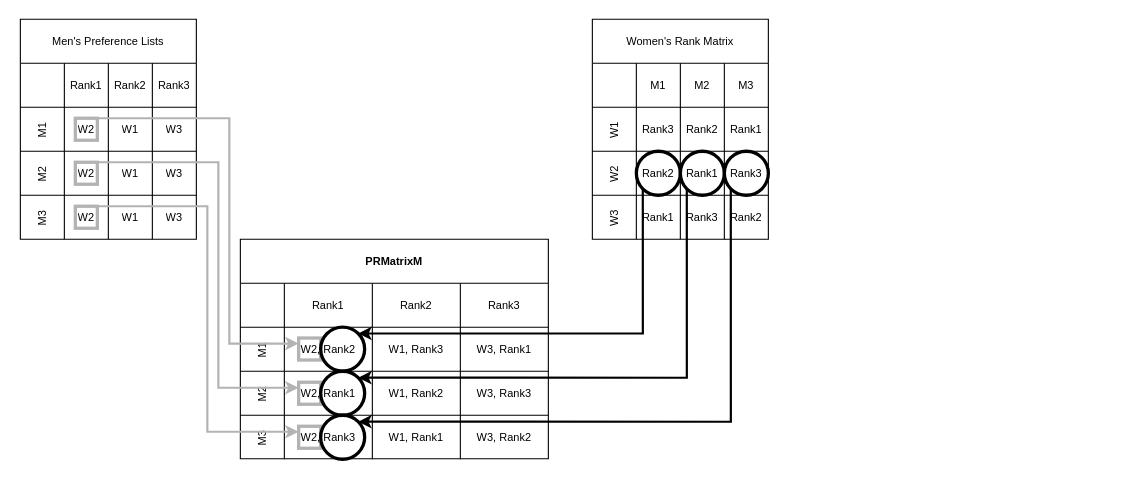
This is PRMatrix.drawio from victorliu-sq/BambooSMP-Figures, a draw.io file, before an edit. Source tidied: cells renumbered, new cells numbered last; positions are measured from the earlier drawing's top-left corner, leaving out a move shared by most shapes. Both pictures are drawn from the tidied source at 110%, with x=0, y=0 at pixel (20, 19).
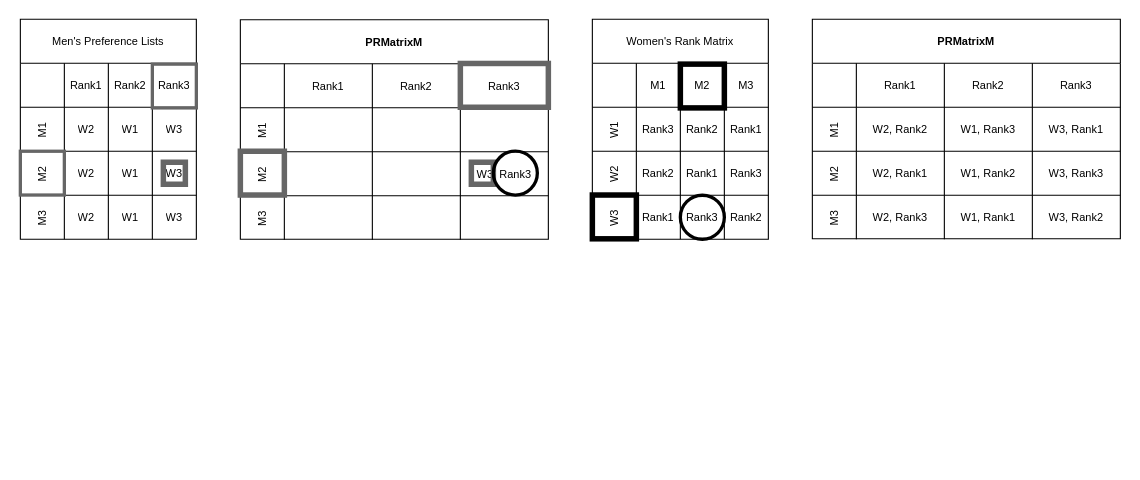
After the change.

Unchanged cells that the change refers to:
```xml
<mxCell id="41" value="M1" style="shape=tableRow;horizontal=0;startSize=40;swimlaneHead=0;swimlaneBody=0;strokeColor=inherit;top=0;left=0;bottom=0;right=0;fillColor=none;fontSize=10;" parent="36" vertex="1">
  <mxGeometry y="80" width="280" height="40" as="geometry" />
</mxCell>
<mxCell id="45" value="M2" style="shape=tableRow;horizontal=0;startSize=40;swimlaneHead=0;swimlaneBody=0;strokeColor=inherit;top=0;left=0;bottom=0;right=0;fillColor=none;fontSize=10;" parent="36" vertex="1">
  <mxGeometry y="120" width="280" height="40" as="geometry" />
</mxCell>
<mxCell id="49" value="M3" style="shape=tableRow;horizontal=0;startSize=40;swimlaneHead=0;swimlaneBody=0;strokeColor=inherit;top=0;left=0;bottom=0;right=0;fillColor=none;fontSize=10;" parent="36" vertex="1">
  <mxGeometry y="160" width="280" height="40" as="geometry" />
</mxCell>
```

Change to the diagram source:
```diff
@@
     <mxCell id="36" value="PRMatrixM" style="shape=table;startSize=40;childLayout=tableLayout;resizeLastRow=0;fontStyle=1;fontSize=10;" parent="1" vertex="1">
-      <mxGeometry x="200" y="200" width="280" height="199.5" as="geometry" />
+      <mxGeometry x="200" y="0.5" width="280" height="199.5" as="geometry" />
     </mxCell>
@@
-    <mxCell id="42" value="W2, Rank2" style="shape=partialRectangle;html=1;whiteSpace=wrap;overflow=hidden;top=0;left=0;bottom=0;right=0;strokeColor=default;fillColor=none;fontSize=10;" parent="41" vertex="1">
+    <mxCell id="42" style="shape=partialRectangle;html=1;whiteSpace=wrap;overflow=hidden;top=0;left=0;bottom=0;right=0;strokeColor=default;fillColor=none;fontSize=10;" parent="41" vertex="1">
       <mxGeometry x="40" width="80" height="40" as="geometry" />
     </mxCell>
-    <mxCell id="43" value="W1, Rank3" style="shape=partialRectangle;html=1;whiteSpace=wrap;overflow=hidden;top=0;left=0;bottom=0;right=0;fillColor=none;labelBackgroundColor=none;labelBorderColor=none;strokeColor=default;shadow=0;backgroundOutline=0;fontSize=10;" parent="41" vertex="1">
+    <mxCell id="43" style="shape=partialRectangle;html=1;whiteSpace=wrap;overflow=hidden;top=0;left=0;bottom=0;right=0;fillColor=none;labelBackgroundColor=none;labelBorderColor=none;strokeColor=default;shadow=0;backgroundOutline=0;fontSize=10;" parent="41" vertex="1">
       <mxGeometry x="120" width="80" height="40" as="geometry" />
     </mxCell>
-    <mxCell id="44" value="W3, Rank1" style="shape=partialRectangle;html=1;whiteSpace=wrap;overflow=hidden;top=0;left=0;bottom=0;right=0;fillColor=none;fontSize=10;" parent="41" vertex="1">
+    <mxCell id="44" style="shape=partialRectangle;html=1;whiteSpace=wrap;overflow=hidden;top=0;left=0;bottom=0;right=0;fillColor=none;fontSize=10;" parent="41" vertex="1">
       <mxGeometry x="200" width="80" height="40" as="geometry" />
     </mxCell>
@@
-    <mxCell id="46" value="W2, Rank1" style="shape=partialRectangle;html=1;whiteSpace=wrap;overflow=hidden;top=0;left=0;bottom=0;right=0;strokeOpacity=100;fillColor=none;fontSize=10;" parent="45" vertex="1">
+    <mxCell id="46" style="shape=partialRectangle;html=1;whiteSpace=wrap;overflow=hidden;top=0;left=0;bottom=0;right=0;strokeOpacity=100;fillColor=none;fontSize=10;" parent="45" vertex="1">
       <mxGeometry x="40" width="80" height="40" as="geometry" />
     </mxCell>
-    <mxCell id="47" value="W1, Rank2" style="shape=partialRectangle;html=1;whiteSpace=wrap;strokeColor=inherit;overflow=hidden;fillColor=none;top=0;left=0;bottom=0;right=0;fontSize=10;" parent="45" vertex="1">
+    <mxCell id="47" style="shape=partialRectangle;html=1;whiteSpace=wrap;strokeColor=inherit;overflow=hidden;fillColor=none;top=0;left=0;bottom=0;right=0;fontSize=10;" parent="45" vertex="1">
       <mxGeometry x="120" width="80" height="40" as="geometry" />
     </mxCell>
@@
-    <mxCell id="50" value="W2, Rank3" style="shape=partialRectangle;html=1;whiteSpace=wrap;overflow=hidden;top=0;left=0;bottom=0;right=0;fillColor=none;fontSize=10;" parent="49" vertex="1">
+    <mxCell id="50" style="shape=partialRectangle;html=1;whiteSpace=wrap;overflow=hidden;top=0;left=0;bottom=0;right=0;fillColor=none;fontSize=10;" parent="49" vertex="1">
       <mxGeometry x="40" width="80" height="40" as="geometry" />
     </mxCell>
-    <mxCell id="51" value="W1, Rank1" style="shape=partialRectangle;html=1;whiteSpace=wrap;overflow=hidden;top=0;left=0;bottom=0;right=0;fillColor=none;fontSize=10;" parent="49" vertex="1">
+    <mxCell id="51" style="shape=partialRectangle;html=1;whiteSpace=wrap;overflow=hidden;top=0;left=0;bottom=0;right=0;fillColor=none;fontSize=10;" parent="49" vertex="1">
       <mxGeometry x="120" width="80" height="40" as="geometry" />
     </mxCell>
-    <mxCell id="52" value="W3, Rank2" style="shape=partialRectangle;html=1;whiteSpace=wrap;strokeColor=inherit;overflow=hidden;fillColor=none;top=0;left=0;bottom=0;right=0;fontSize=10;" parent="49" vertex="1">
+    <mxCell id="52" style="shape=partialRectangle;html=1;whiteSpace=wrap;strokeColor=inherit;overflow=hidden;fillColor=none;top=0;left=0;bottom=0;right=0;fontSize=10;" parent="49" vertex="1">
       <mxGeometry x="200" width="80" height="40" as="geometry" />
     </mxCell>
-    <mxCell id="53" style="edgeStyle=orthogonalEdgeStyle;rounded=0;jettySize=auto;html=1;exitX=1;exitY=0;exitDx=0;exitDy=0;entryX=0;entryY=0.25;entryDx=0;entryDy=0;strokeWidth=2;strokeColor=#B3B3B3;" parent="1" edge="1" source="54" target="61">
-      <mxGeometry relative="1" as="geometry">
-        <Array as="points">
-          <mxPoint x="190" y="90" />
-          <mxPoint x="190" y="295" />
-        </Array>
-      </mxGeometry>
-    </mxCell>
-    <mxCell id="54" style="whiteSpace=wrap;html=1;fillColor=none;strokeWidth=3;strokeColor=#B3B3B3;" parent="1" vertex="1">
-      <mxGeometry x="50" y="90" width="20" height="20" as="geometry" />
+    <mxCell id="54" style="whiteSpace=wrap;html=1;fillColor=none;strokeWidth=5;strokeColor=#666666;" parent="1" vertex="1">
+      <mxGeometry x="130" y="130" width="20" height="20" as="geometry" />
     </mxCell>
-    <mxCell id="55" style="edgeStyle=orthogonalEdgeStyle;rounded=0;jettySize=auto;html=1;exitX=0;exitY=1;exitDx=0;exitDy=0;entryX=1;entryY=0;entryDx=0;entryDy=0;strokeWidth=2;" parent="1" edge="1" source="56" target="68">
-      <mxGeometry relative="1" as="geometry">
-        <Array as="points">
-          <mxPoint x="566" y="286" />
-          <mxPoint x="307" y="286" />
-        </Array>
-      </mxGeometry>
-    </mxCell>
     <mxCell id="56" style="ellipse;whiteSpace=wrap;html=1;fillColor=none;strokeWidth=3;" parent="1" vertex="1">
-      <mxGeometry x="560" y="120" width="40" height="40" as="geometry" />
+      <mxGeometry x="600" y="160" width="40" height="40" as="geometry" />
     </mxCell>
-    <mxCell id="57" style="edgeStyle=orthogonalEdgeStyle;rounded=0;jettySize=auto;html=1;exitX=1;exitY=0;exitDx=0;exitDy=0;entryX=0;entryY=0.25;entryDx=0;entryDy=0;strokeWidth=2;strokeColor=#B3B3B3;" parent="1" edge="1" source="58" target="62">
-      <mxGeometry relative="1" as="geometry">
-        <Array as="points">
-          <mxPoint x="180" y="130" />
-          <mxPoint x="180" y="335" />
-        </Array>
-      </mxGeometry>
-    </mxCell>
-    <mxCell id="58" style="whiteSpace=wrap;html=1;fillColor=none;strokeWidth=3;strokeColor=#B3B3B3;" parent="1" vertex="1">
-      <mxGeometry x="50" y="130" width="20" height="20" as="geometry" />
-    </mxCell>
-    <mxCell id="59" style="edgeStyle=orthogonalEdgeStyle;rounded=0;jettySize=auto;html=1;exitX=1;exitY=0;exitDx=0;exitDy=0;entryX=0;entryY=0.25;entryDx=0;entryDy=0;strokeWidth=2;strokeColor=#B3B3B3;" parent="1" edge="1" source="60" target="63">
-      <mxGeometry relative="1" as="geometry">
-        <Array as="points">
-          <mxPoint x="170" y="170" />
-          <mxPoint x="170" y="375" />
-        </Array>
-      </mxGeometry>
-    </mxCell>
-    <mxCell id="60" style="whiteSpace=wrap;html=1;fillColor=none;strokeWidth=3;strokeColor=#B3B3B3;" parent="1" vertex="1">
-      <mxGeometry x="50" y="170" width="20" height="20" as="geometry" />
-    </mxCell>
-    <mxCell id="61" style="whiteSpace=wrap;html=1;fillColor=none;strokeWidth=3;strokeColor=#B3B3B3;" parent="1" vertex="1">
-      <mxGeometry x="253" y="289.8" width="20" height="20" as="geometry" />
+    <mxCell id="61" style="whiteSpace=wrap;html=1;fillColor=none;strokeWidth=5;strokeColor=#666666;" parent="1" vertex="1">
+      <mxGeometry x="410" y="130" width="20" height="20" as="geometry" />
     </mxCell>
-    <mxCell id="62" style="whiteSpace=wrap;html=1;fillColor=none;strokeWidth=3;strokeColor=#B3B3B3;" parent="1" vertex="1">
-      <mxGeometry x="253" y="330" width="20" height="20" as="geometry" />
-    </mxCell>
-    <mxCell id="63" style="whiteSpace=wrap;html=1;fillColor=none;strokeWidth=3;strokeColor=#B3B3B3;" parent="1" vertex="1">
-      <mxGeometry x="253" y="370" width="20" height="20" as="geometry" />
-    </mxCell>
-    <mxCell id="64" style="edgeStyle=orthogonalEdgeStyle;rounded=0;jettySize=auto;html=1;exitX=0;exitY=1;exitDx=0;exitDy=0;entryX=1;entryY=0;entryDx=0;entryDy=0;strokeWidth=2;" parent="1" edge="1" source="65" target="69">
-      <mxGeometry relative="1" as="geometry">
-        <Array as="points">
-          <mxPoint x="606" y="326" />
-        </Array>
-      </mxGeometry>
-    </mxCell>
-    <mxCell id="65" style="ellipse;whiteSpace=wrap;html=1;fillColor=none;strokeWidth=3;" parent="1" vertex="1">
-      <mxGeometry x="600" y="120" width="40" height="40" as="geometry" />
-    </mxCell>
-    <mxCell id="66" style="edgeStyle=orthogonalEdgeStyle;rounded=0;jettySize=auto;html=1;exitX=0;exitY=1;exitDx=0;exitDy=0;entryX=1;entryY=0;entryDx=0;entryDy=0;strokeWidth=2;" parent="1" edge="1" source="67" target="70">
-      <mxGeometry relative="1" as="geometry">
-        <Array as="points">
-          <mxPoint x="646" y="366" />
-        </Array>
-      </mxGeometry>
-    </mxCell>
-    <mxCell id="67" style="ellipse;whiteSpace=wrap;html=1;fillColor=none;strokeWidth=3;" parent="1" vertex="1">
-      <mxGeometry x="640" y="120" width="40" height="40" as="geometry" />
-    </mxCell>
-    <mxCell id="68" style="ellipse;whiteSpace=wrap;html=1;fillColor=none;strokeWidth=3;" parent="1" vertex="1">
-      <mxGeometry x="273" y="279.8" width="40" height="40" as="geometry" />
-    </mxCell>
-    <mxCell id="69" style="ellipse;whiteSpace=wrap;html=1;fillColor=none;strokeWidth=3;" parent="1" vertex="1">
-      <mxGeometry x="273" y="320" width="40" height="40" as="geometry" />
-    </mxCell>
-    <mxCell id="70" style="ellipse;whiteSpace=wrap;html=1;fillColor=none;strokeWidth=3;" parent="1" vertex="1">
-      <mxGeometry x="273" y="360" width="40" height="40" as="geometry" />
-    </mxCell>
+    <mxCell id="71" style="whiteSpace=wrap;html=1;fillColor=none;strokeWidth=3;strokeColor=#666666;" parent="1" vertex="1">
+      <mxGeometry y="120" width="40" height="39.8" as="geometry" />
+    </mxCell>
+    <mxCell id="72" style="whiteSpace=wrap;html=1;fillColor=none;strokeWidth=3;strokeColor=#666666;" parent="1" vertex="1">
+      <mxGeometry x="120" y="40.8" width="40" height="39.8" as="geometry" />
+    </mxCell>
+    <mxCell id="73" style="whiteSpace=wrap;html=1;fillColor=none;strokeWidth=5;strokeColor=#666666;" parent="1" vertex="1">
+      <mxGeometry x="200" y="120" width="40" height="39.8" as="geometry" />
+    </mxCell>
+    <mxCell id="74" style="whiteSpace=wrap;html=1;fillColor=none;strokeWidth=5;strokeColor=#666666;" parent="1" vertex="1">
+      <mxGeometry x="400" y="40.2" width="80" height="39.8" as="geometry" />
+    </mxCell>
+    <mxCell id="75" style="ellipse;whiteSpace=wrap;html=1;fillColor=none;strokeWidth=3;" parent="1" vertex="1">
+      <mxGeometry x="430" y="119.8" width="40" height="40" as="geometry" />
+    </mxCell>
+    <mxCell id="76" style="whiteSpace=wrap;html=1;fillColor=none;strokeWidth=5;strokeColor=#000000;" parent="1" vertex="1">
+      <mxGeometry x="600" y="40.8" width="40" height="39.8" as="geometry" />
+    </mxCell>
+    <mxCell id="77" style="whiteSpace=wrap;html=1;fillColor=none;strokeWidth=5;strokeColor=#000000;" parent="1" vertex="1">
+      <mxGeometry x="520" y="159.8" width="40" height="39.8" as="geometry" />
+    </mxCell>
+    <mxCell id="78" value="PRMatrixM" style="shape=table;startSize=40;childLayout=tableLayout;resizeLastRow=0;fontStyle=1;fontSize=10;" parent="1" vertex="1">
+      <mxGeometry x="720" width="280" height="199.5" as="geometry" />
+    </mxCell>
+    <mxCell id="79" style="shape=tableRow;horizontal=0;startSize=40;swimlaneHead=0;swimlaneBody=0;strokeColor=inherit;top=0;left=0;bottom=0;right=0;fillColor=none;fontSize=10;" parent="78" vertex="1">
+      <mxGeometry y="40" width="280" height="40" as="geometry" />
+    </mxCell>
+    <mxCell id="80" value="Rank1" style="shape=partialRectangle;html=1;whiteSpace=wrap;strokeColor=inherit;overflow=hidden;fillColor=none;top=0;left=0;bottom=0;right=0;fontSize=10;" parent="79" vertex="1">
+      <mxGeometry x="40" width="80" height="40" as="geometry" />
+    </mxCell>
+    <mxCell id="81" value="Rank2" style="shape=partialRectangle;html=1;whiteSpace=wrap;strokeColor=inherit;overflow=hidden;fillColor=none;top=0;left=0;bottom=0;right=0;fontSize=10;" parent="79" vertex="1">
+      <mxGeometry x="120" width="80" height="40" as="geometry" />
+    </mxCell>
+    <mxCell id="82" value="Rank3" style="shape=partialRectangle;html=1;whiteSpace=wrap;strokeColor=inherit;overflow=hidden;fillColor=none;top=0;left=0;bottom=0;right=0;strokeWidth=1;fontSize=10;" parent="79" vertex="1">
+      <mxGeometry x="200" width="80" height="40" as="geometry" />
+    </mxCell>
+    <mxCell id="83" value="M1" style="shape=tableRow;horizontal=0;startSize=40;swimlaneHead=0;swimlaneBody=0;strokeColor=inherit;top=0;left=0;bottom=0;right=0;fillColor=none;fontSize=10;" parent="78" vertex="1">
+      <mxGeometry y="80" width="280" height="40" as="geometry" />
+    </mxCell>
+    <mxCell id="84" value="W2, Rank2" style="shape=partialRectangle;html=1;whiteSpace=wrap;overflow=hidden;top=0;left=0;bottom=0;right=0;strokeColor=default;fillColor=none;fontSize=10;" parent="83" vertex="1">
+      <mxGeometry x="40" width="80" height="40" as="geometry" />
+    </mxCell>
+    <mxCell id="85" value="W1, Rank3" style="shape=partialRectangle;html=1;whiteSpace=wrap;overflow=hidden;top=0;left=0;bottom=0;right=0;fillColor=none;labelBackgroundColor=none;labelBorderColor=none;strokeColor=default;shadow=0;backgroundOutline=0;fontSize=10;" parent="83" vertex="1">
+      <mxGeometry x="120" width="80" height="40" as="geometry" />
+    </mxCell>
+    <mxCell id="86" value="W3, Rank1" style="shape=partialRectangle;html=1;whiteSpace=wrap;overflow=hidden;top=0;left=0;bottom=0;right=0;fillColor=none;fontSize=10;" parent="83" vertex="1">
+      <mxGeometry x="200" width="80" height="40" as="geometry" />
+    </mxCell>
+    <mxCell id="87" value="M2" style="shape=tableRow;horizontal=0;startSize=40;swimlaneHead=0;swimlaneBody=0;strokeColor=inherit;top=0;left=0;bottom=0;right=0;fillColor=none;fontSize=10;" parent="78" vertex="1">
+      <mxGeometry y="120" width="280" height="40" as="geometry" />
+    </mxCell>
+    <mxCell id="88" value="W2, Rank1" style="shape=partialRectangle;html=1;whiteSpace=wrap;overflow=hidden;top=0;left=0;bottom=0;right=0;strokeOpacity=100;fillColor=none;fontSize=10;" parent="87" vertex="1">
+      <mxGeometry x="40" width="80" height="40" as="geometry" />
+    </mxCell>
+    <mxCell id="89" value="W1, Rank2" style="shape=partialRectangle;html=1;whiteSpace=wrap;strokeColor=inherit;overflow=hidden;fillColor=none;top=0;left=0;bottom=0;right=0;fontSize=10;" parent="87" vertex="1">
+      <mxGeometry x="120" width="80" height="40" as="geometry" />
+    </mxCell>
+    <mxCell id="90" value="W3, Rank3" style="shape=partialRectangle;html=1;whiteSpace=wrap;strokeColor=inherit;overflow=hidden;fillColor=none;top=0;left=0;bottom=0;right=0;fontSize=10;" parent="87" vertex="1">
+      <mxGeometry x="200" width="80" height="40" as="geometry" />
+    </mxCell>
+    <mxCell id="91" value="M3" style="shape=tableRow;horizontal=0;startSize=40;swimlaneHead=0;swimlaneBody=0;strokeColor=inherit;top=0;left=0;bottom=0;right=0;fillColor=none;fontSize=10;" parent="78" vertex="1">
+      <mxGeometry y="160" width="280" height="40" as="geometry" />
+    </mxCell>
+    <mxCell id="92" value="W2, Rank3" style="shape=partialRectangle;html=1;whiteSpace=wrap;overflow=hidden;top=0;left=0;bottom=0;right=0;fillColor=none;fontSize=10;" parent="91" vertex="1">
+      <mxGeometry x="40" width="80" height="40" as="geometry" />
+    </mxCell>
+    <mxCell id="93" value="W1, Rank1" style="shape=partialRectangle;html=1;whiteSpace=wrap;overflow=hidden;top=0;left=0;bottom=0;right=0;fillColor=none;fontSize=10;" parent="91" vertex="1">
+      <mxGeometry x="120" width="80" height="40" as="geometry" />
+    </mxCell>
+    <mxCell id="94" value="W3, Rank2" style="shape=partialRectangle;html=1;whiteSpace=wrap;strokeColor=inherit;overflow=hidden;fillColor=none;top=0;left=0;bottom=0;right=0;fontSize=10;" parent="91" vertex="1">
+      <mxGeometry x="200" width="80" height="40" as="geometry" />
+    </mxCell>
```
